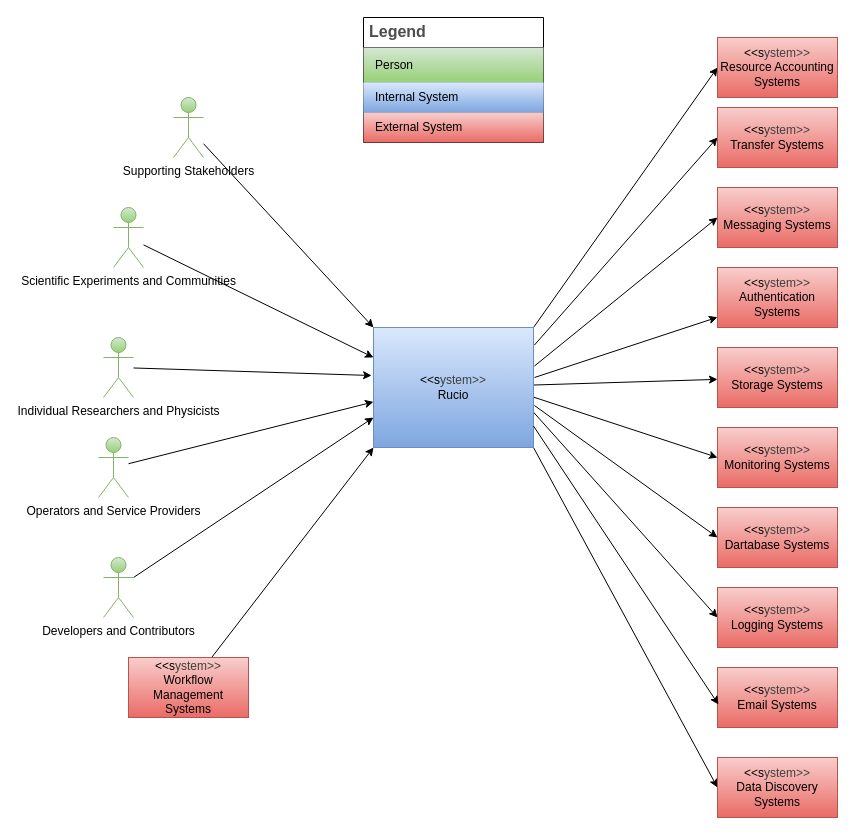
The draw.io diagram diagrams/Context View.drawio in mgajek-cern/architecture-docs, before the edit. Source tidied: cells renumbered, new cells numbered last; positions are measured from the earlier drawing's top-left corner, leaving out a move shared by most shapes. Both pictures are drawn from the tidied source at 100%, with x=0, y=0 at pixel (98, 17).
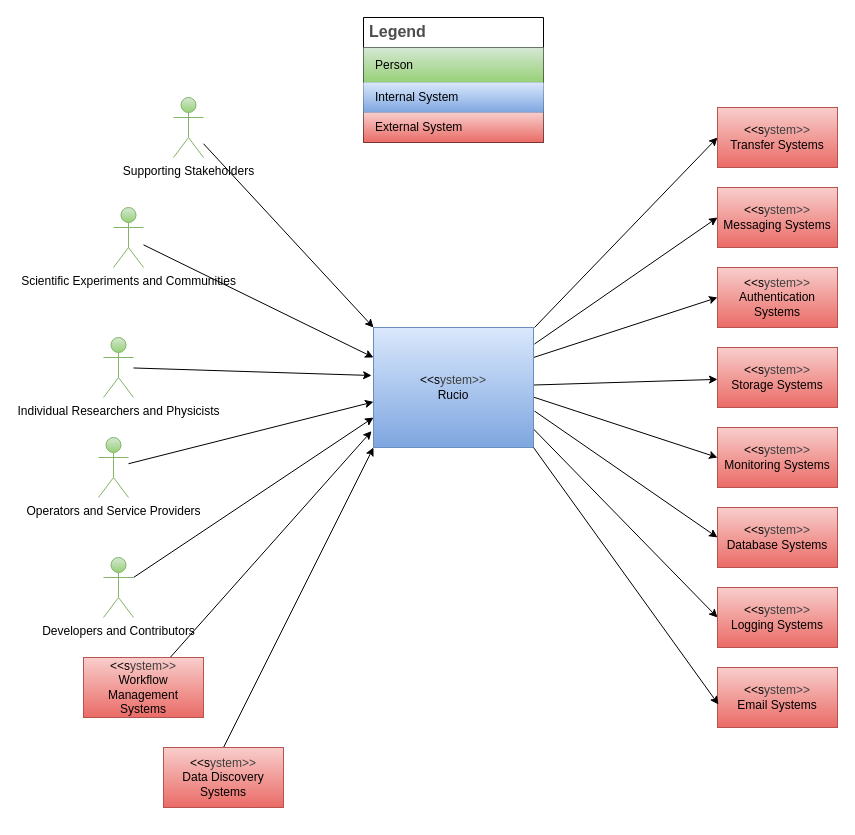
The same diagram, later.

Commit message (it also covers changes not shown here):
update high level structural diagrams and Context & Scope table entries

The change refers to these unchanged cells:
```xml
<mxCell id="11" value="&amp;lt;&amp;lt;s&lt;span style=&quot;color: rgb(63, 63, 63); background-color: transparent;&quot;&gt;ystem&amp;gt;&amp;gt;&lt;/span&gt;&lt;div&gt;Rucio&lt;/div&gt;" style="rounded=0;whiteSpace=wrap;html=1;fillColor=#dae8fc;gradientColor=#7ea6e0;strokeColor=#6c8ebf;" parent="1" vertex="1">
  <mxGeometry x="275" y="310" width="160" height="120" as="geometry" />
</mxCell>
<mxCell id="12" value="&lt;span style=&quot;color: rgb(0, 0, 0);&quot;&gt;&amp;lt;&amp;lt;s&lt;/span&gt;&lt;span style=&quot;color: rgb(63, 63, 63); scrollbar-color: rgb(226, 226, 226) rgb(251, 251, 251); background-color: transparent;&quot;&gt;ystem&amp;gt;&amp;gt;&lt;/span&gt;&lt;br&gt;Authentication Systems" style="rounded=0;whiteSpace=wrap;html=1;fillColor=#f8cecc;gradientColor=#ea6b66;strokeColor=#b85450;" parent="1" vertex="1">
  <mxGeometry x="619" y="250" width="120" height="60" as="geometry" />
</mxCell>
<mxCell id="15" value="&lt;span style=&quot;color: rgb(0, 0, 0);&quot;&gt;&amp;lt;&amp;lt;s&lt;/span&gt;&lt;span style=&quot;color: rgb(63, 63, 63); scrollbar-color: rgb(226, 226, 226) rgb(251, 251, 251); background-color: transparent;&quot;&gt;ystem&amp;gt;&amp;gt;&lt;/span&gt;&lt;br&gt;Messaging Systems" style="rounded=0;whiteSpace=wrap;html=1;fillColor=#f8cecc;gradientColor=#ea6b66;strokeColor=#b85450;" parent="1" vertex="1">
  <mxGeometry x="619" y="170" width="120" height="60" as="geometry" />
</mxCell>
<mxCell id="34" value="&lt;span style=&quot;color: rgb(0, 0, 0);&quot;&gt;&amp;lt;&amp;lt;s&lt;/span&gt;&lt;span style=&quot;color: rgb(63, 63, 63); scrollbar-color: rgb(226, 226, 226) rgb(251, 251, 251); background-color: transparent;&quot;&gt;ystem&amp;gt;&amp;gt;&lt;/span&gt;&lt;br&gt;Transfer Systems" style="rounded=0;whiteSpace=wrap;html=1;fillColor=#f8cecc;gradientColor=#ea6b66;strokeColor=#b85450;" parent="1" vertex="1">
  <mxGeometry x="619" y="90" width="120" height="60" as="geometry" />
</mxCell>
<mxCell id="35" value="&lt;span style=&quot;color: rgb(0, 0, 0);&quot;&gt;&amp;lt;&amp;lt;s&lt;/span&gt;&lt;span style=&quot;color: rgb(63, 63, 63); scrollbar-color: rgb(226, 226, 226) rgb(251, 251, 251); background-color: transparent;&quot;&gt;ystem&amp;gt;&amp;gt;&lt;/span&gt;&lt;br&gt;&lt;span style=&quot;color: rgb(0, 0, 0);&quot;&gt;Logging Systems&lt;/span&gt;" style="rounded=0;whiteSpace=wrap;html=1;fillColor=#f8cecc;gradientColor=#ea6b66;strokeColor=#b85450;" parent="1" vertex="1">
  <mxGeometry x="619" y="570" width="120" height="60" as="geometry" />
</mxCell>
<mxCell id="36" value="&lt;span style=&quot;color: rgb(0, 0, 0);&quot;&gt;&amp;lt;&amp;lt;s&lt;/span&gt;&lt;span style=&quot;color: rgb(63, 63, 63); scrollbar-color: rgb(226, 226, 226) rgb(251, 251, 251); background-color: transparent;&quot;&gt;ystem&amp;gt;&amp;gt;&lt;/span&gt;&lt;br&gt;&lt;span style=&quot;color: rgb(0, 0, 0);&quot;&gt;Email Systems&lt;/span&gt;" style="rounded=0;whiteSpace=wrap;html=1;fillColor=#f8cecc;gradientColor=#ea6b66;strokeColor=#b85450;" parent="1" vertex="1">
  <mxGeometry x="619" y="650" width="120" height="60" as="geometry" />
</mxCell>
```

The edit, as a diff of the source:
```diff
@@
-    <mxCell id="2" style="rounded=0;jettySize=auto;html=1;entryX=0;entryY=0.5;entryDx=0;entryDy=0;exitX=1.006;exitY=0.321;exitDx=0;exitDy=0;exitPerimeter=0;" parent="1" edge="1" source="11" target="15">
+    <mxCell id="2" style="rounded=0;jettySize=auto;html=1;entryX=0;entryY=0.5;entryDx=0;entryDy=0;exitX=1.006;exitY=0.138;exitDx=0;exitDy=0;exitPerimeter=0;" parent="1" edge="1" source="11" target="15">
       <mxGeometry relative="1" as="geometry" />
     </mxCell>
-    <mxCell id="3" style="rounded=0;jettySize=auto;html=1;" parent="1" edge="1" target="12">
-      <mxGeometry relative="1" as="geometry">
-        <mxPoint x="436" y="360" as="sourcePoint" />
-      </mxGeometry>
+    <mxCell id="3" style="rounded=0;jettySize=auto;html=1;exitX=1;exitY=0.25;exitDx=0;exitDy=0;entryX=0;entryY=0.5;entryDx=0;entryDy=0;" parent="1" edge="1" source="11" target="12">
+      <mxGeometry relative="1" as="geometry" />
     </mxCell>
@@
-    <mxCell id="6" style="edgeStyle=none;html=1;entryX=0;entryY=0.5;entryDx=0;entryDy=0;exitX=1.006;exitY=0.65;exitDx=0;exitDy=0;exitPerimeter=0;" parent="1" edge="1" source="11" target="33">
+    <mxCell id="6" style="edgeStyle=none;html=1;entryX=0;entryY=0.5;entryDx=0;entryDy=0;exitX=1.006;exitY=0.696;exitDx=0;exitDy=0;exitPerimeter=0;" parent="1" edge="1" source="11" target="33">
       <mxGeometry relative="1" as="geometry" />
     </mxCell>
-    <mxCell id="7" style="edgeStyle=none;html=1;entryX=0;entryY=0.5;entryDx=0;entryDy=0;exitX=1.006;exitY=0.146;exitDx=0;exitDy=0;exitPerimeter=0;" parent="1" edge="1" source="11" target="34">
-      <mxGeometry relative="1" as="geometry" />
+    <mxCell id="7" style="edgeStyle=none;html=1;entryX=0;entryY=0.5;entryDx=0;entryDy=0;" parent="1" edge="1" target="34">
+      <mxGeometry relative="1" as="geometry">
+        <mxPoint x="436" y="310" as="sourcePoint" />
+      </mxGeometry>
     </mxCell>
-    <mxCell id="8" style="edgeStyle=none;html=1;entryX=0;entryY=0.5;entryDx=0;entryDy=0;exitX=0.988;exitY=0.688;exitDx=0;exitDy=0;exitPerimeter=0;" parent="1" edge="1" source="11" target="35">
+    <mxCell id="8" style="edgeStyle=none;html=1;entryX=0;entryY=0.5;entryDx=0;entryDy=0;exitX=1;exitY=0.846;exitDx=0;exitDy=0;exitPerimeter=0;" parent="1" edge="1" source="11" target="35">
       <mxGeometry relative="1" as="geometry" />
     </mxCell>
-    <mxCell id="9" style="edgeStyle=none;html=1;entryX=0;entryY=0.5;entryDx=0;entryDy=0;exitX=1;exitY=0;exitDx=0;exitDy=0;" parent="1" edge="1" source="11" target="40">
-      <mxGeometry relative="1" as="geometry" />
-    </mxCell>
-    <mxCell id="10" style="edgeStyle=none;html=1;entryX=0;entryY=0.5;entryDx=0;entryDy=0;exitX=1;exitY=1;exitDx=0;exitDy=0;" parent="1" edge="1" source="11" target="41">
-      <mxGeometry relative="1" as="geometry" />
-    </mxCell>
@@
-    <mxCell id="33" value="&lt;span style=&quot;color: rgb(0, 0, 0);&quot;&gt;&amp;lt;&amp;lt;s&lt;/span&gt;&lt;span style=&quot;color: rgb(63, 63, 63); scrollbar-color: rgb(226, 226, 226) rgb(251, 251, 251); background-color: transparent;&quot;&gt;ystem&amp;gt;&amp;gt;&lt;/span&gt;&lt;br&gt;Dartabase Systems" style="rounded=0;whiteSpace=wrap;html=1;fillColor=#f8cecc;gradientColor=#ea6b66;strokeColor=#b85450;" parent="1" vertex="1">
+    <mxCell id="33" value="&lt;span style=&quot;color: rgb(0, 0, 0);&quot;&gt;&amp;lt;&amp;lt;s&lt;/span&gt;&lt;span style=&quot;color: rgb(63, 63, 63); scrollbar-color: rgb(226, 226, 226) rgb(251, 251, 251); background-color: transparent;&quot;&gt;ystem&amp;gt;&amp;gt;&lt;/span&gt;&lt;br&gt;Database Systems" style="rounded=0;whiteSpace=wrap;html=1;fillColor=#f8cecc;gradientColor=#ea6b66;strokeColor=#b85450;" parent="1" vertex="1">
       <mxGeometry x="619" y="490" width="120" height="60" as="geometry" />
     </mxCell>
@@
-    <mxCell id="37" style="edgeStyle=none;html=1;entryX=0.008;entryY=0.617;entryDx=0;entryDy=0;entryPerimeter=0;exitX=1;exitY=0.821;exitDx=0;exitDy=0;exitPerimeter=0;" parent="1" edge="1" source="11" target="36">
+    <mxCell id="37" style="edgeStyle=none;html=1;entryX=0.008;entryY=0.617;entryDx=0;entryDy=0;entryPerimeter=0;exitX=1;exitY=1;exitDx=0;exitDy=0;" parent="1" edge="1" source="11" target="36">
       <mxGeometry relative="1" as="geometry" />
     </mxCell>
-    <mxCell id="38" style="edgeStyle=none;html=1;entryX=0;entryY=1;entryDx=0;entryDy=0;" parent="1" edge="1" source="39" target="11">
+    <mxCell id="38" style="edgeStyle=none;html=1;entryX=-0.012;entryY=0.863;entryDx=0;entryDy=0;entryPerimeter=0;" parent="1" edge="1" source="39" target="11">
       <mxGeometry relative="1" as="geometry" />
     </mxCell>
     <mxCell id="39" value="&lt;span style=&quot;color: rgb(0, 0, 0);&quot;&gt;&amp;lt;&amp;lt;s&lt;/span&gt;&lt;span style=&quot;color: rgb(63, 63, 63); scrollbar-color: rgb(226, 226, 226) rgb(251, 251, 251); background-color: transparent;&quot;&gt;ystem&amp;gt;&amp;gt;&lt;/span&gt;&lt;br&gt;Workflow Management Systems" style="rounded=0;whiteSpace=wrap;html=1;fillColor=#f8cecc;gradientColor=#ea6b66;strokeColor=#b85450;" parent="1" vertex="1">
-      <mxGeometry x="30" y="640" width="120" height="60" as="geometry" />
+      <mxGeometry x="-15" y="640" width="120" height="60" as="geometry" />
     </mxCell>
-    <mxCell id="40" value="&lt;span style=&quot;color: rgb(0, 0, 0);&quot;&gt;&amp;lt;&amp;lt;s&lt;/span&gt;&lt;span style=&quot;color: rgb(63, 63, 63); scrollbar-color: rgb(226, 226, 226) rgb(251, 251, 251); background-color: transparent;&quot;&gt;ystem&amp;gt;&amp;gt;&lt;/span&gt;&lt;br&gt;Resource Accounting Systems" style="rounded=0;whiteSpace=wrap;html=1;fillColor=#f8cecc;gradientColor=#ea6b66;strokeColor=#b85450;" parent="1" vertex="1">
-      <mxGeometry x="619" y="20" width="120" height="60" as="geometry" />
-    </mxCell>
+    <mxCell id="10" style="edgeStyle=none;html=1;entryX=0;entryY=1;entryDx=0;entryDy=0;exitX=0.5;exitY=0;exitDx=0;exitDy=0;" parent="1" edge="1" source="41" target="11">
+      <mxGeometry relative="1" as="geometry" />
+    </mxCell>
     <mxCell id="41" value="&lt;span style=&quot;color: rgb(0, 0, 0);&quot;&gt;&amp;lt;&amp;lt;s&lt;/span&gt;&lt;span style=&quot;color: rgb(63, 63, 63); scrollbar-color: rgb(226, 226, 226) rgb(251, 251, 251); background-color: transparent;&quot;&gt;ystem&amp;gt;&amp;gt;&lt;/span&gt;&lt;br&gt;&lt;span style=&quot;color: rgb(0, 0, 0);&quot;&gt;Data Discovery Systems&lt;/span&gt;" style="rounded=0;whiteSpace=wrap;html=1;fillColor=#f8cecc;gradientColor=#ea6b66;strokeColor=#b85450;" parent="1" vertex="1">
-      <mxGeometry x="619" y="740" width="120" height="60" as="geometry" />
+      <mxGeometry x="65" y="730" width="120" height="60" as="geometry" />
     </mxCell>
```
